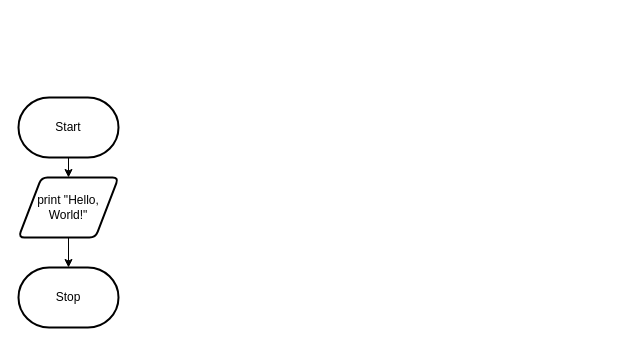
Earlier version of the draw.io diagram 2-6/design/flowchart.drawio (jakub-malhotra/ICS4U-Unit-2). Source tidied: cells renumbered, new cells numbered last; positions are measured from the earlier drawing's top-left corner, leaving out a move shared by most shapes. Both pictures are drawn from the tidied source at 100%, with x=0, y=0 at pixel (18, 97).
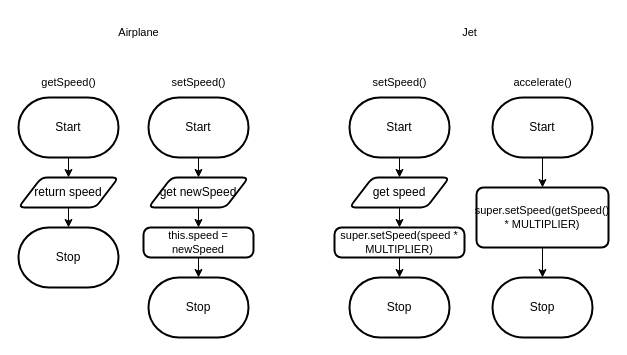
Above is the later version.

Change to the diagram source:
```diff
@@
     <mxCell id="4" value="Stop" style="strokeWidth=2;html=1;shape=mxgraph.flowchart.terminator;whiteSpace=wrap;" parent="1" vertex="1">
-      <mxGeometry y="170" width="100" height="60" as="geometry" />
+      <mxGeometry y="130" width="100" height="60" as="geometry" />
     </mxCell>
@@
-    <mxCell id="6" value="print &quot;Hello, World!&quot;" style="shape=parallelogram;html=1;strokeWidth=2;perimeter=parallelogramPerimeter;whiteSpace=wrap;rounded=1;arcSize=12;size=0.23;" parent="1" vertex="1">
-      <mxGeometry y="80" width="100" height="60" as="geometry" />
+    <mxCell id="6" value="return speed" style="shape=parallelogram;html=1;strokeWidth=2;perimeter=parallelogramPerimeter;whiteSpace=wrap;rounded=1;arcSize=12;size=0.23;" parent="1" vertex="1">
+      <mxGeometry y="80" width="100" height="30" as="geometry" />
     </mxCell>
+    <mxCell id="7" value="getSpeed()" style="text;html=1;align=center;verticalAlign=middle;strokeColor=none;fillColor=none;fontSize=11;fontFamily=Helvetica;fontColor=default;" parent="1" vertex="1">
+      <mxGeometry x="10" y="-30" width="80" height="30" as="geometry" />
+    </mxCell>
+    <mxCell id="8" style="edgeStyle=orthogonalEdgeStyle;html=1;exitX=0.5;exitY=1;exitDx=0;exitDy=0;exitPerimeter=0;rounded=0;" parent="1" edge="1" source="9" target="12">
+      <mxGeometry relative="1" as="geometry" />
+    </mxCell>
+    <mxCell id="9" value="Start" style="strokeWidth=2;html=1;shape=mxgraph.flowchart.terminator;whiteSpace=wrap;" parent="1" vertex="1">
+      <mxGeometry x="130" width="100" height="60" as="geometry" />
+    </mxCell>
+    <mxCell id="10" value="Stop" style="strokeWidth=2;html=1;shape=mxgraph.flowchart.terminator;whiteSpace=wrap;" parent="1" vertex="1">
+      <mxGeometry x="130" y="180" width="100" height="60" as="geometry" />
+    </mxCell>
+    <mxCell id="11" style="edgeStyle=orthogonalEdgeStyle;shape=connector;rounded=0;html=1;exitX=0.5;exitY=1;exitDx=0;exitDy=0;labelBackgroundColor=default;strokeColor=default;fontFamily=Helvetica;fontSize=11;fontColor=default;endArrow=classic;" parent="1" edge="1" source="12" target="15">
+      <mxGeometry relative="1" as="geometry" />
+    </mxCell>
+    <mxCell id="12" value="get newSpeed" style="shape=parallelogram;html=1;strokeWidth=2;perimeter=parallelogramPerimeter;whiteSpace=wrap;rounded=1;arcSize=12;size=0.23;" parent="1" vertex="1">
+      <mxGeometry x="130" y="80" width="100" height="30" as="geometry" />
+    </mxCell>
+    <mxCell id="13" value="setSpeed()" style="text;html=1;align=center;verticalAlign=middle;strokeColor=none;fillColor=none;fontSize=11;fontFamily=Helvetica;fontColor=default;" parent="1" vertex="1">
+      <mxGeometry x="140" y="-30" width="80" height="30" as="geometry" />
+    </mxCell>
+    <mxCell id="14" style="edgeStyle=orthogonalEdgeStyle;shape=connector;rounded=0;html=1;exitX=0.5;exitY=1;exitDx=0;exitDy=0;entryX=0.5;entryY=0;entryDx=0;entryDy=0;entryPerimeter=0;labelBackgroundColor=default;strokeColor=default;fontFamily=Helvetica;fontSize=11;fontColor=default;endArrow=classic;" parent="1" edge="1" source="15" target="10">
+      <mxGeometry relative="1" as="geometry" />
+    </mxCell>
+    <mxCell id="15" value="this.speed = newSpeed" style="rounded=1;whiteSpace=wrap;html=1;absoluteArcSize=1;arcSize=14;strokeWidth=2;fontFamily=Helvetica;fontSize=11;fontColor=default;" parent="1" vertex="1">
+      <mxGeometry x="125" y="130" width="110" height="30" as="geometry" />
+    </mxCell>
+    <mxCell id="16" value="Airplane" style="text;html=1;align=center;verticalAlign=middle;strokeColor=none;fillColor=none;fontSize=11;fontFamily=Helvetica;fontColor=default;" parent="1" vertex="1">
+      <mxGeometry x="90" y="-80" width="60" height="30" as="geometry" />
+    </mxCell>
+    <mxCell id="17" style="edgeStyle=orthogonalEdgeStyle;html=1;exitX=0.5;exitY=1;exitDx=0;exitDy=0;exitPerimeter=0;rounded=0;" parent="1" edge="1" source="18" target="21">
+      <mxGeometry relative="1" as="geometry" />
+    </mxCell>
+    <mxCell id="18" value="Start" style="strokeWidth=2;html=1;shape=mxgraph.flowchart.terminator;whiteSpace=wrap;" parent="1" vertex="1">
+      <mxGeometry x="331" width="100" height="60" as="geometry" />
+    </mxCell>
+    <mxCell id="19" value="Stop" style="strokeWidth=2;html=1;shape=mxgraph.flowchart.terminator;whiteSpace=wrap;" parent="1" vertex="1">
+      <mxGeometry x="331" y="180" width="100" height="60" as="geometry" />
+    </mxCell>
+    <mxCell id="20" style="edgeStyle=orthogonalEdgeStyle;shape=connector;rounded=0;html=1;exitX=0.5;exitY=1;exitDx=0;exitDy=0;labelBackgroundColor=default;strokeColor=default;fontFamily=Helvetica;fontSize=11;fontColor=default;endArrow=classic;" parent="1" edge="1" source="21" target="31">
+      <mxGeometry relative="1" as="geometry" />
+    </mxCell>
+    <mxCell id="21" value="get speed" style="shape=parallelogram;html=1;strokeWidth=2;perimeter=parallelogramPerimeter;whiteSpace=wrap;rounded=1;arcSize=12;size=0.23;" parent="1" vertex="1">
+      <mxGeometry x="331" y="80" width="100" height="30" as="geometry" />
+    </mxCell>
+    <mxCell id="22" value="setSpeed()" style="text;html=1;align=center;verticalAlign=middle;strokeColor=none;fillColor=none;fontSize=11;fontFamily=Helvetica;fontColor=default;" parent="1" vertex="1">
+      <mxGeometry x="341" y="-30" width="80" height="30" as="geometry" />
+    </mxCell>
+    <mxCell id="23" style="edgeStyle=orthogonalEdgeStyle;shape=connector;rounded=0;html=1;exitX=0.5;exitY=1;exitDx=0;exitDy=0;exitPerimeter=0;labelBackgroundColor=default;strokeColor=default;fontFamily=Helvetica;fontSize=11;fontColor=default;endArrow=classic;" parent="1" edge="1" source="24" target="28">
+      <mxGeometry relative="1" as="geometry" />
+    </mxCell>
+    <mxCell id="24" value="Start" style="strokeWidth=2;html=1;shape=mxgraph.flowchart.terminator;whiteSpace=wrap;" parent="1" vertex="1">
+      <mxGeometry x="474" width="100" height="60" as="geometry" />
+    </mxCell>
+    <mxCell id="25" value="Stop" style="strokeWidth=2;html=1;shape=mxgraph.flowchart.terminator;whiteSpace=wrap;" parent="1" vertex="1">
+      <mxGeometry x="474" y="180" width="100" height="60" as="geometry" />
+    </mxCell>
+    <mxCell id="26" value="accelerate()" style="text;html=1;align=center;verticalAlign=middle;strokeColor=none;fillColor=none;fontSize=11;fontFamily=Helvetica;fontColor=default;" parent="1" vertex="1">
+      <mxGeometry x="484" y="-30" width="80" height="30" as="geometry" />
+    </mxCell>
+    <mxCell id="27" style="edgeStyle=orthogonalEdgeStyle;shape=connector;rounded=0;html=1;exitX=0.5;exitY=1;exitDx=0;exitDy=0;entryX=0.5;entryY=0;entryDx=0;entryDy=0;entryPerimeter=0;labelBackgroundColor=default;strokeColor=default;fontFamily=Helvetica;fontSize=11;fontColor=default;endArrow=classic;" parent="1" edge="1" source="28" target="25">
+      <mxGeometry relative="1" as="geometry" />
+    </mxCell>
+    <mxCell id="28" value="super.setSpeed(getSpeed() * MULTIPLIER)" style="rounded=1;whiteSpace=wrap;html=1;absoluteArcSize=1;arcSize=14;strokeWidth=2;fontFamily=Helvetica;fontSize=11;fontColor=default;" parent="1" vertex="1">
+      <mxGeometry x="458" y="90" width="132" height="60" as="geometry" />
+    </mxCell>
+    <mxCell id="29" value="Jet" style="text;html=1;align=center;verticalAlign=middle;strokeColor=none;fillColor=none;fontSize=11;fontFamily=Helvetica;fontColor=default;" parent="1" vertex="1">
+      <mxGeometry x="431" y="-80" width="40" height="30" as="geometry" />
+    </mxCell>
+    <mxCell id="30" style="edgeStyle=orthogonalEdgeStyle;shape=connector;rounded=0;html=1;exitX=0.5;exitY=1;exitDx=0;exitDy=0;labelBackgroundColor=default;strokeColor=default;fontFamily=Helvetica;fontSize=11;fontColor=default;endArrow=classic;" parent="1" edge="1" source="31" target="19">
+      <mxGeometry relative="1" as="geometry" />
+    </mxCell>
+    <mxCell id="31" value="super.setSpeed(speed * MULTIPLIER)" style="rounded=1;whiteSpace=wrap;html=1;absoluteArcSize=1;arcSize=14;strokeWidth=2;fontFamily=Helvetica;fontSize=11;fontColor=default;" parent="1" vertex="1">
+      <mxGeometry x="316" y="130" width="130" height="30" as="geometry" />
+    </mxCell>
```
